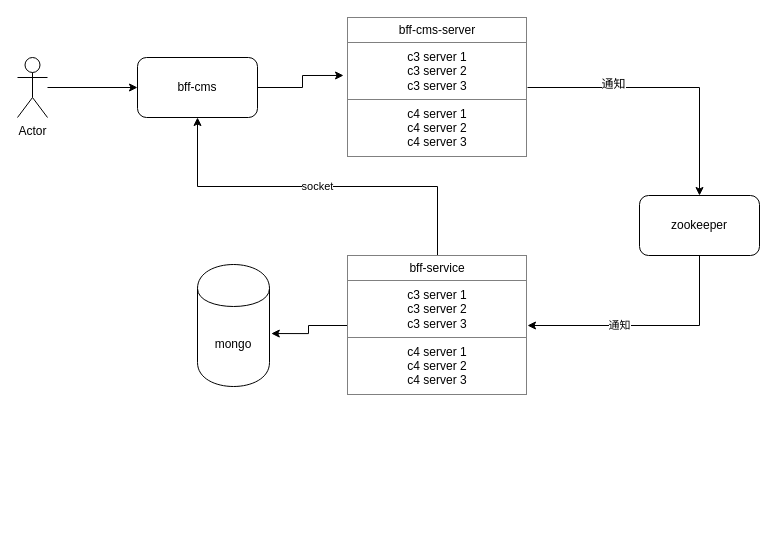
Before: project.drawio in markexin/node-bff, a draw.io diagram. Source tidied: cells renumbered, new cells numbered last; positions are measured from the earlier drawing's top-left corner, leaving out a move shared by most shapes. Both pictures are drawn from the tidied source at 100%, with x=0, y=0 at pixel (17, 17).
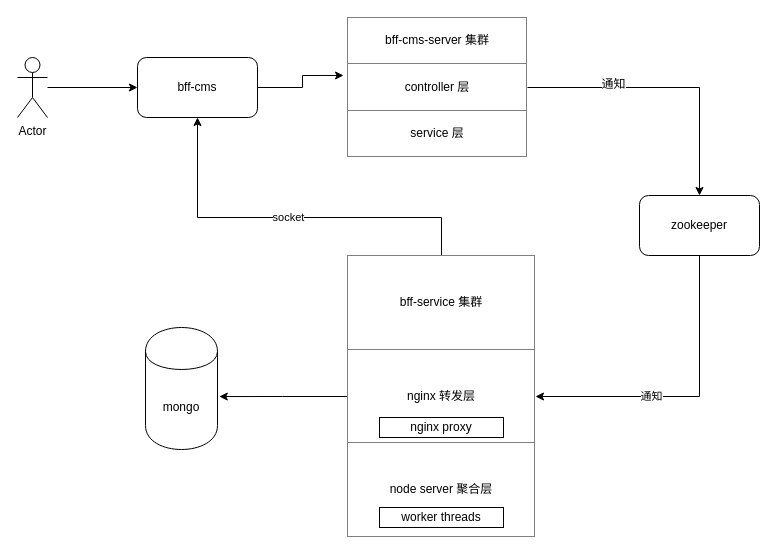
The same page after the edit.

What changed in the source:
```diff
@@
 <mxGraphModel>
   <root>
     <mxCell id="0" />
     <mxCell id="1" parent="0" />
     <mxCell id="2" style="edgeStyle=orthogonalEdgeStyle;rounded=0;jettySize=auto;html=1;exitX=1;exitY=0.5;exitDx=0;exitDy=0;entryX=-0.022;entryY=0.414;entryDx=0;entryDy=0;entryPerimeter=0;" parent="1" edge="1" source="3" target="10">
       <mxGeometry relative="1" as="geometry" />
     </mxCell>
     <mxCell id="3" value="bff-cms" style="rounded=1;whiteSpace=wrap;html=1;" parent="1" vertex="1">
       <mxGeometry x="120" y="40" width="120" height="60" as="geometry" />
     </mxCell>
     <mxCell id="4" style="edgeStyle=orthogonalEdgeStyle;rounded=0;jettySize=auto;html=1;" parent="1" edge="1" source="5" target="3">
       <mxGeometry relative="1" as="geometry" />
     </mxCell>
     <mxCell id="5" value="Actor" style="shape=umlActor;verticalLabelPosition=bottom;labelBackgroundColor=#ffffff;verticalAlign=top;html=1;outlineConnect=0;" parent="1" vertex="1">
       <mxGeometry y="40" width="30" height="60" as="geometry" />
     </mxCell>
     <mxCell id="6" value="通知" style="edgeStyle=orthogonalEdgeStyle;rounded=0;jettySize=auto;html=1;exitX=0.5;exitY=1;exitDx=0;exitDy=0;" parent="1" edge="1" source="7" target="13">
       <mxGeometry x="0.24" relative="1" as="geometry" />
     </mxCell>
     <mxCell id="7" value="zookeeper" style="rounded=1;whiteSpace=wrap;html=1;" parent="1" vertex="1">
       <mxGeometry x="622" y="178" width="120" height="60" as="geometry" />
     </mxCell>
     <mxCell id="8" style="edgeStyle=orthogonalEdgeStyle;rounded=0;jettySize=auto;html=1;entryX=0.5;entryY=0;entryDx=0;entryDy=0;" parent="1" edge="1" source="10" target="7">
       <mxGeometry relative="1" as="geometry" />
     </mxCell>
     <mxCell id="9" value="通知" style="text;html=1;align=center;verticalAlign=middle;labelBackgroundColor=#ffffff;" parent="8" vertex="1">
       <mxGeometry x="-0.39" y="4" relative="1" as="geometry" />
     </mxCell>
-    <mxCell id="10" value="&lt;table border=&quot;1&quot; width=&quot;100%&quot; cellpadding=&quot;4&quot; style=&quot;width: 100% ; height: 100% ; border-collapse: collapse&quot;&gt;&lt;tbody&gt;&lt;tr&gt;&lt;th align=&quot;center&quot;&gt;&lt;span style=&quot;font-weight: 400 ; white-space: normal&quot;&gt;bff-cms-server&lt;/span&gt;&lt;br&gt;&lt;/th&gt;&lt;/tr&gt;&lt;tr&gt;&lt;td align=&quot;center&quot;&gt;c3 server 1&lt;br&gt;c3 server 2&lt;br&gt;c3 server 3&lt;br&gt;&lt;/td&gt;&lt;/tr&gt;&lt;tr&gt;&lt;td align=&quot;center&quot;&gt;c4 server 1&lt;br&gt;c4 server 2&lt;br&gt;c4 server 3&lt;br&gt;&lt;/td&gt;&lt;/tr&gt;&lt;/tbody&gt;&lt;/table&gt;" style="text;html=1;strokeColor=none;fillColor=none;overflow=fill;" parent="1" vertex="1">
+    <mxCell id="10" value="&lt;table border=&quot;1&quot; width=&quot;100%&quot; cellpadding=&quot;4&quot; style=&quot;width: 100% ; height: 100% ; border-collapse: collapse&quot;&gt;&lt;tbody&gt;&lt;tr&gt;&lt;th align=&quot;center&quot;&gt;&lt;span style=&quot;font-weight: 400 ; white-space: normal&quot;&gt;bff-cms-server 集群&lt;/span&gt;&lt;br&gt;&lt;/th&gt;&lt;/tr&gt;&lt;tr&gt;&lt;td align=&quot;center&quot;&gt;controller 层&lt;/td&gt;&lt;/tr&gt;&lt;tr&gt;&lt;td align=&quot;center&quot;&gt;service 层&lt;/td&gt;&lt;/tr&gt;&lt;/tbody&gt;&lt;/table&gt;" style="text;html=1;strokeColor=none;fillColor=none;overflow=fill;" parent="1" vertex="1">
       <mxGeometry x="330" width="180" height="140" as="geometry" />
     </mxCell>
     <mxCell id="11" style="edgeStyle=orthogonalEdgeStyle;rounded=0;jettySize=auto;html=1;exitX=0;exitY=0.5;exitDx=0;exitDy=0;entryX=1.025;entryY=0.566;entryDx=0;entryDy=0;entryPerimeter=0;" parent="1" edge="1" source="13" target="14">
       <mxGeometry relative="1" as="geometry" />
     </mxCell>
     <mxCell id="12" value="socket" style="edgeStyle=orthogonalEdgeStyle;rounded=0;jettySize=auto;html=1;exitX=0.5;exitY=0;exitDx=0;exitDy=0;entryX=0.5;entryY=1;entryDx=0;entryDy=0;" parent="1" edge="1" source="13" target="3">
-      <mxGeometry relative="1" as="geometry" />
+      <mxGeometry relative="1" as="geometry">
+        <Array as="points">
+          <mxPoint x="424" y="200" />
+          <mxPoint x="180" y="200" />
+        </Array>
+      </mxGeometry>
     </mxCell>
-    <mxCell id="13" value="&lt;table border=&quot;1&quot; width=&quot;100%&quot; cellpadding=&quot;4&quot; style=&quot;width: 100% ; height: 100% ; border-collapse: collapse&quot;&gt;&lt;tbody&gt;&lt;tr&gt;&lt;th align=&quot;center&quot;&gt;&lt;span style=&quot;font-weight: 400 ; white-space: normal&quot;&gt;bff-service&lt;/span&gt;&lt;br&gt;&lt;/th&gt;&lt;/tr&gt;&lt;tr&gt;&lt;td align=&quot;center&quot;&gt;c3 server 1&lt;br&gt;c3 server 2&lt;br&gt;c3 server 3&lt;br&gt;&lt;/td&gt;&lt;/tr&gt;&lt;tr&gt;&lt;td align=&quot;center&quot;&gt;c4 server 1&lt;br&gt;c4 server 2&lt;br&gt;c4 server 3&lt;br&gt;&lt;/td&gt;&lt;/tr&gt;&lt;/tbody&gt;&lt;/table&gt;" style="text;html=1;strokeColor=none;fillColor=none;overflow=fill;" parent="1" vertex="1">
-      <mxGeometry x="330" y="238" width="180" height="140" as="geometry" />
+    <mxCell id="13" value="&lt;table border=&quot;1&quot; width=&quot;100%&quot; cellpadding=&quot;4&quot; style=&quot;width: 100% ; height: 100% ; border-collapse: collapse&quot;&gt;&lt;tbody&gt;&lt;tr&gt;&lt;th align=&quot;center&quot;&gt;&lt;span style=&quot;font-weight: 400 ; white-space: normal&quot;&gt;bff-service 集群&lt;/span&gt;&lt;br&gt;&lt;/th&gt;&lt;/tr&gt;&lt;tr&gt;&lt;td align=&quot;center&quot;&gt;nginx 转发层&lt;/td&gt;&lt;/tr&gt;&lt;tr&gt;&lt;td align=&quot;center&quot;&gt;node server 聚合层&lt;/td&gt;&lt;/tr&gt;&lt;/tbody&gt;&lt;/table&gt;" style="text;html=1;strokeColor=none;fillColor=none;overflow=fill;" parent="1" vertex="1">
+      <mxGeometry x="330" y="238" width="188" height="282" as="geometry" />
     </mxCell>
     <mxCell id="14" value="mongo" style="shape=cylinder;whiteSpace=wrap;html=1;boundedLbl=1;backgroundOutline=1;" parent="1" vertex="1">
-      <mxGeometry x="180" y="247" width="72" height="122" as="geometry" />
+      <mxGeometry x="128" y="310" width="72" height="122" as="geometry" />
     </mxCell>
+    <mxCell id="15" value="worker threads" style="rounded=0;whiteSpace=wrap;html=1;" parent="1" vertex="1">
+      <mxGeometry x="362" y="490" width="124" height="20" as="geometry" />
+    </mxCell>
+    <mxCell id="16" value="nginx proxy" style="rounded=0;whiteSpace=wrap;html=1;" parent="1" vertex="1">
+      <mxGeometry x="362" y="400" width="124" height="20" as="geometry" />
+    </mxCell>
   </root>
 </mxGraphModel>
```
